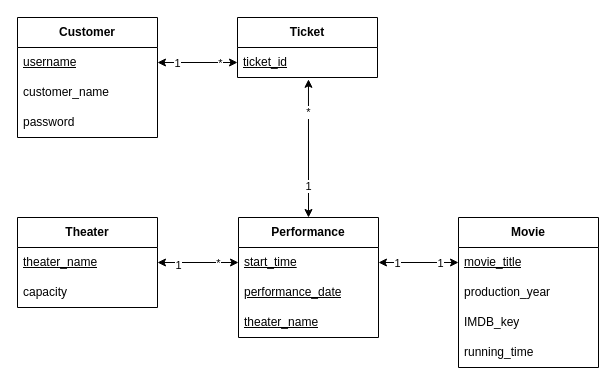
Before: Lab2_ER_Model.drawio in sergioferniza/edaf75, a draw.io diagram. Source tidied: cells renumbered, new cells numbered last; positions are measured from the earlier drawing's top-left corner, leaving out a move shared by most shapes. Both pictures are drawn from the tidied source at 100%, with x=0, y=0 at pixel (17, 17).
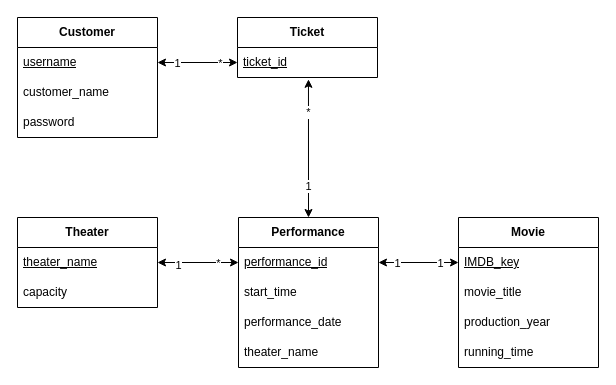
Above is the later version.

Commit message (it also covers changes not shown here):
Fixed UML diagrams with new foreign keys for Ticket/Performance

The change refers to these unchanged cells:
```xml
<mxCell id="3" value="&lt;u&gt;theater_name&lt;/u&gt;" style="text;strokeColor=none;fillColor=none;align=left;verticalAlign=middle;spacingLeft=4;spacingRight=4;overflow=hidden;points=[[0,0.5],[1,0.5]];portConstraint=eastwest;whiteSpace=wrap;html=1;" parent="2" vertex="1">
  <mxGeometry y="30" width="140" height="30" as="geometry" />
</mxCell>
<mxCell id="5" value="Movie" style="swimlane;fontStyle=1;horizontal=1;startSize=30;whiteSpace=wrap;html=1;" parent="1" vertex="1">
  <mxGeometry x="441" y="200" width="140" height="150" as="geometry" />
</mxCell>
```

Change to the diagram source:
```diff
@@
-    <mxCell id="6" value="&lt;u&gt;movie_title&lt;/u&gt;" style="text;strokeColor=none;fillColor=none;align=left;verticalAlign=middle;spacingLeft=4;spacingRight=4;overflow=hidden;points=[[0,0.5],[1,0.5]];portConstraint=eastwest;whiteSpace=wrap;html=1;" parent="5" vertex="1">
+    <mxCell id="6" value="&lt;u&gt;IMDB_key&lt;/u&gt;" style="text;strokeColor=none;fillColor=none;align=left;verticalAlign=middle;spacingLeft=4;spacingRight=4;overflow=hidden;points=[[0,0.5],[1,0.5]];portConstraint=eastwest;whiteSpace=wrap;html=1;" parent="5" vertex="1">
       <mxGeometry y="30" width="140" height="30" as="geometry" />
     </mxCell>
-    <mxCell id="7" value="production_year" style="text;strokeColor=none;fillColor=none;align=left;verticalAlign=middle;spacingLeft=4;spacingRight=4;overflow=hidden;whiteSpace=wrap;html=1;" parent="5" vertex="1">
-      <mxGeometry y="60" width="140" height="30" as="geometry" />
-    </mxCell>
+    <mxCell id="32" value="movie_title" style="text;strokeColor=none;fillColor=none;align=left;verticalAlign=middle;spacingLeft=4;spacingRight=4;overflow=hidden;whiteSpace=wrap;html=1;" parent="5" vertex="1">
+      <mxGeometry y="60" width="140" height="30" as="geometry" />
+    </mxCell>
-    <mxCell id="8" value="IMDB_key" style="text;strokeColor=none;fillColor=none;align=left;verticalAlign=middle;spacingLeft=4;spacingRight=4;overflow=hidden;whiteSpace=wrap;html=1;" parent="5" vertex="1">
+    <mxCell id="8" value="production_year" style="text;strokeColor=none;fillColor=none;align=left;verticalAlign=middle;spacingLeft=4;spacingRight=4;overflow=hidden;whiteSpace=wrap;html=1;" parent="5" vertex="1">
       <mxGeometry y="90" width="140" height="30" as="geometry" />
     </mxCell>
@@
     <mxCell id="10" value="Performance" style="swimlane;fontStyle=1;horizontal=1;startSize=30;whiteSpace=wrap;html=1;" parent="1" vertex="1">
-      <mxGeometry x="221" y="200" width="140" height="120" as="geometry" />
+      <mxGeometry x="221" y="200" width="140" height="150" as="geometry" />
     </mxCell>
+    <mxCell id="33" value="&lt;u&gt;performance_id&lt;/u&gt;" style="text;strokeColor=none;fillColor=none;align=left;verticalAlign=middle;spacingLeft=4;spacingRight=4;overflow=hidden;points=[[0,0.5],[1,0.5]];portConstraint=eastwest;whiteSpace=wrap;html=1;" parent="10" vertex="1">
+      <mxGeometry y="30" width="140" height="30" as="geometry" />
+    </mxCell>
-    <mxCell id="11" value="&lt;u&gt;start_time&lt;/u&gt;" style="text;strokeColor=none;fillColor=none;align=left;verticalAlign=middle;spacingLeft=4;spacingRight=4;overflow=hidden;points=[[0,0.5],[1,0.5]];portConstraint=eastwest;whiteSpace=wrap;html=1;" parent="10" vertex="1">
-      <mxGeometry y="30" width="140" height="30" as="geometry" />
+    <mxCell id="11" value="start_time" style="text;strokeColor=none;fillColor=none;align=left;verticalAlign=middle;spacingLeft=4;spacingRight=4;overflow=hidden;points=[[0,0.5],[1,0.5]];portConstraint=eastwest;whiteSpace=wrap;html=1;" parent="10" vertex="1">
+      <mxGeometry y="60" width="140" height="30" as="geometry" />
     </mxCell>
-    <mxCell id="12" value="&lt;u style=&quot;border-color: var(--border-color);&quot;&gt;performance_date&lt;/u&gt;" style="text;strokeColor=none;fillColor=none;align=left;verticalAlign=middle;spacingLeft=4;spacingRight=4;overflow=hidden;whiteSpace=wrap;html=1;" parent="10" vertex="1">
-      <mxGeometry y="60" width="140" height="30" as="geometry" />
+    <mxCell id="12" value="&lt;span style=&quot;border-color: var(--border-color);&quot;&gt;performance_date&lt;/span&gt;" style="text;strokeColor=none;fillColor=none;align=left;verticalAlign=middle;spacingLeft=4;spacingRight=4;overflow=hidden;whiteSpace=wrap;html=1;" parent="10" vertex="1">
+      <mxGeometry y="90" width="140" height="30" as="geometry" />
     </mxCell>
-    <mxCell id="13" value="&lt;u style=&quot;border-color: var(--border-color);&quot;&gt;theater_name&lt;/u&gt;" style="text;strokeColor=none;fillColor=none;align=left;verticalAlign=middle;spacingLeft=4;spacingRight=4;overflow=hidden;whiteSpace=wrap;html=1;" parent="10" vertex="1">
-      <mxGeometry y="90" width="140" height="30" as="geometry" />
+    <mxCell id="13" value="&lt;span style=&quot;border-color: var(--border-color);&quot;&gt;theater_name&lt;/span&gt;" style="text;strokeColor=none;fillColor=none;align=left;verticalAlign=middle;spacingLeft=4;spacingRight=4;overflow=hidden;whiteSpace=wrap;html=1;" parent="10" vertex="1">
+      <mxGeometry y="120" width="140" height="30" as="geometry" />
     </mxCell>
-    <mxCell id="14" style="endArrow=classic;startArrow=classic;html=1;rounded=0;exitX=1;exitY=0.5;exitDx=0;exitDy=0;entryX=0;entryY=0.5;entryDx=0;entryDy=0;" parent="1" edge="1" source="3" target="11">
+    <mxCell id="14" style="endArrow=classic;startArrow=classic;html=1;rounded=0;exitX=1;exitY=0.5;exitDx=0;exitDy=0;entryX=0;entryY=0.5;entryDx=0;entryDy=0;" parent="1" edge="1" source="3" target="33">
       <mxGeometry relative="1" as="geometry" />
     </mxCell>
@@
-    <mxCell id="23" style="endArrow=classic;startArrow=classic;html=1;rounded=0;exitX=0;exitY=0.5;exitDx=0;exitDy=0;entryX=1;entryY=0.5;entryDx=0;entryDy=0;" parent="1" edge="1" source="6" target="11">
+    <mxCell id="23" style="endArrow=classic;startArrow=classic;html=1;rounded=0;exitX=0;exitY=0.5;exitDx=0;exitDy=0;entryX=1;entryY=0.5;entryDx=0;entryDy=0;" parent="1" edge="1" source="6" target="33">
       <mxGeometry relative="1" as="geometry" />
     </mxCell>
```
